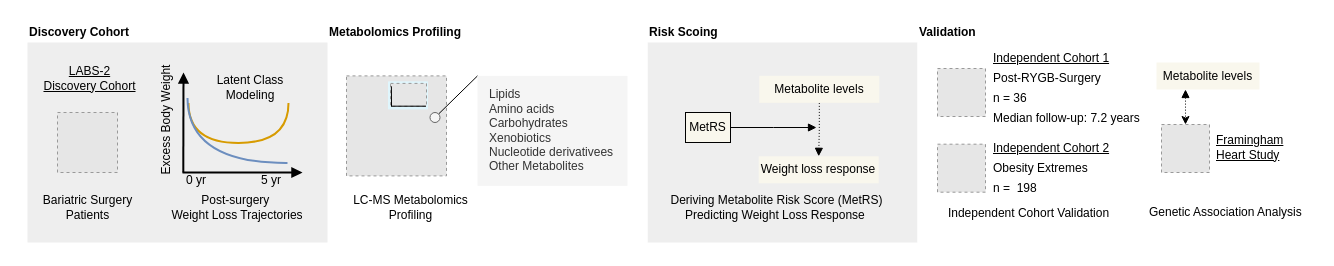
Before: figures/Fig1f/study_design.drawio in BaranziniLab/GastricBypass, a draw.io diagram. Source tidied: cells renumbered, new cells numbered last; positions are measured from the earlier drawing's top-left corner, leaving out a move shared by most shapes. Both pictures are drawn from the tidied source at 100%, with x=0, y=0 at pixel (17, 17). Pictures stored in the file or linked from it are replaced by grey dashed boxes.
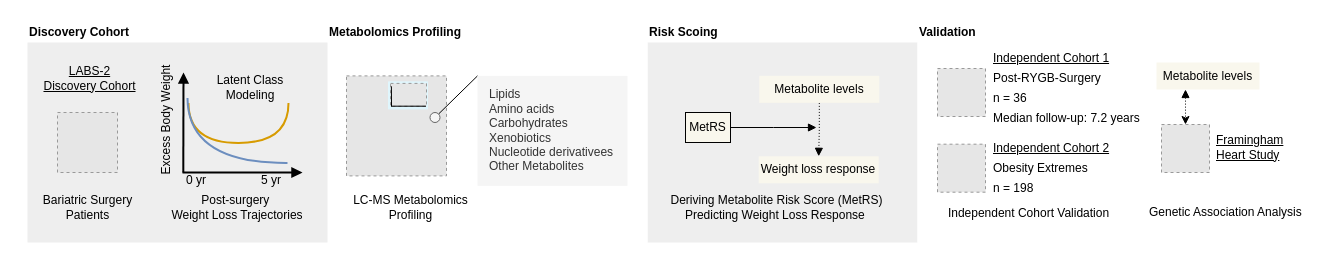
After the change.

The edit, as a diff of the source:
```diff
@@
-    <mxCell id="38" value="&lt;div style=&quot;&quot;&gt;n =&amp;nbsp; 198&lt;/div&gt;" style="text;html=1;whiteSpace=wrap;strokeColor=none;fillColor=none;align=left;verticalAlign=middle;rounded=0;" parent="1" vertex="1">
+    <mxCell id="38" value="&lt;div style=&quot;&quot;&gt;n = 198&lt;/div&gt;" style="text;html=1;whiteSpace=wrap;strokeColor=none;fillColor=none;align=left;verticalAlign=middle;rounded=0;" parent="1" vertex="1">
       <mxGeometry x="974" y="161" width="136" height="20" as="geometry" />
     </mxCell>
```
